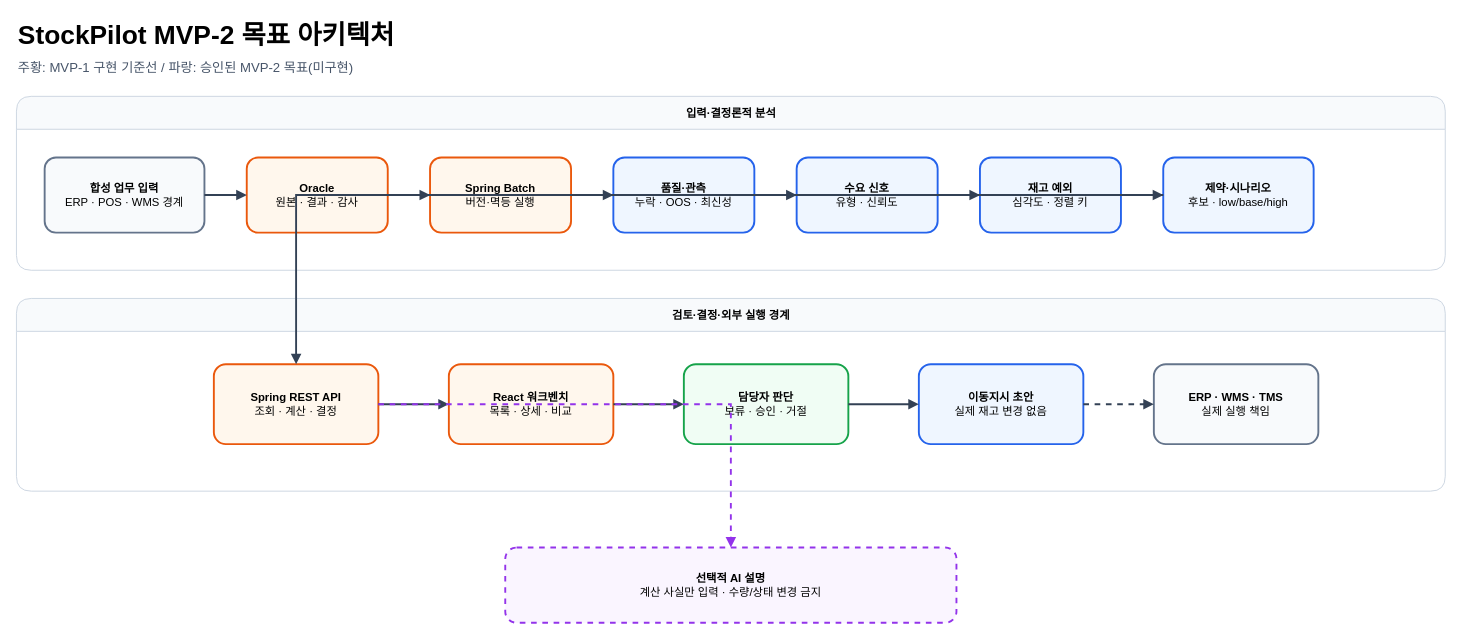
The draw.io diagram docs/diagrams/stockpilot-architecture.drawio in BapEgg/fashion-inventory-ops, before the edit. Source tidied: cells renumbered, new cells numbered last; positions are measured from the earlier drawing's top-left corner, leaving out a move shared by most shapes. Both pictures are drawn from the tidied source at 94%, with x=0, y=0 at pixel (16, 16).
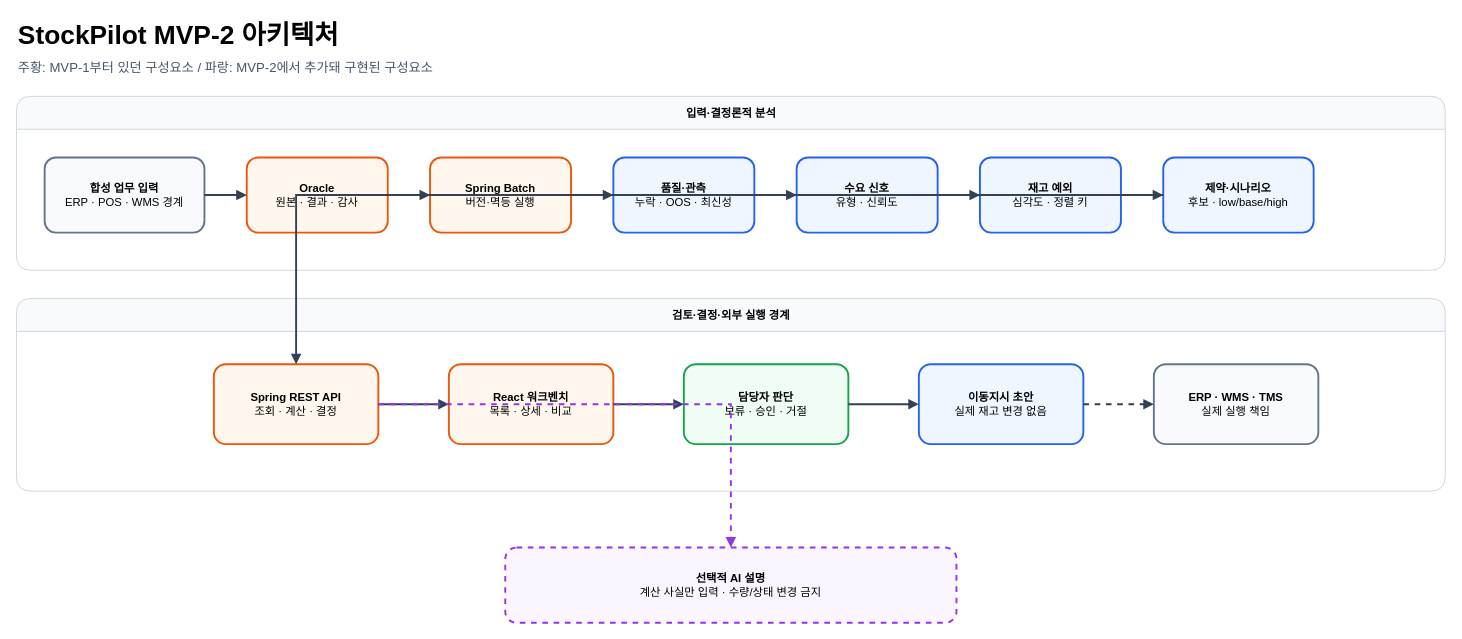
The same page after the edit.

Commit message (it also covers changes not shown here):
docs: polish README and refresh diagrams to reflect the accepted MVP-2 build

The edit, as a diff of the source:
```diff
@@
-    <mxCell id="2" value="StockPilot MVP-2 목표 아키텍처" style="text;html=1;fontSize=28;fontStyle=1;align=left;verticalAlign=middle;" parent="1" vertex="1">
+    <mxCell id="2" value="StockPilot MVP-2 아키텍처" style="text;html=1;fontSize=28;fontStyle=1;align=left;verticalAlign=middle;" parent="1" vertex="1">
       <mxGeometry width="600" height="40" as="geometry" />
     </mxCell>
-    <mxCell id="3" value="주황: MVP-1 구현 기준선 / 파랑: 승인된 MVP-2 목표(미구현)" style="text;html=1;fontSize=14;fontColor=#475569;align=left;" parent="1" vertex="1">
+    <mxCell id="3" value="주황: MVP-1부터 있던 구성요소 / 파랑: MVP-2에서 추가돼 구현된 구성요소" style="text;html=1;fontSize=14;fontColor=#475569;align=left;" parent="1" vertex="1">
       <mxGeometry y="40" width="650" height="30" as="geometry" />
     </mxCell>
```
